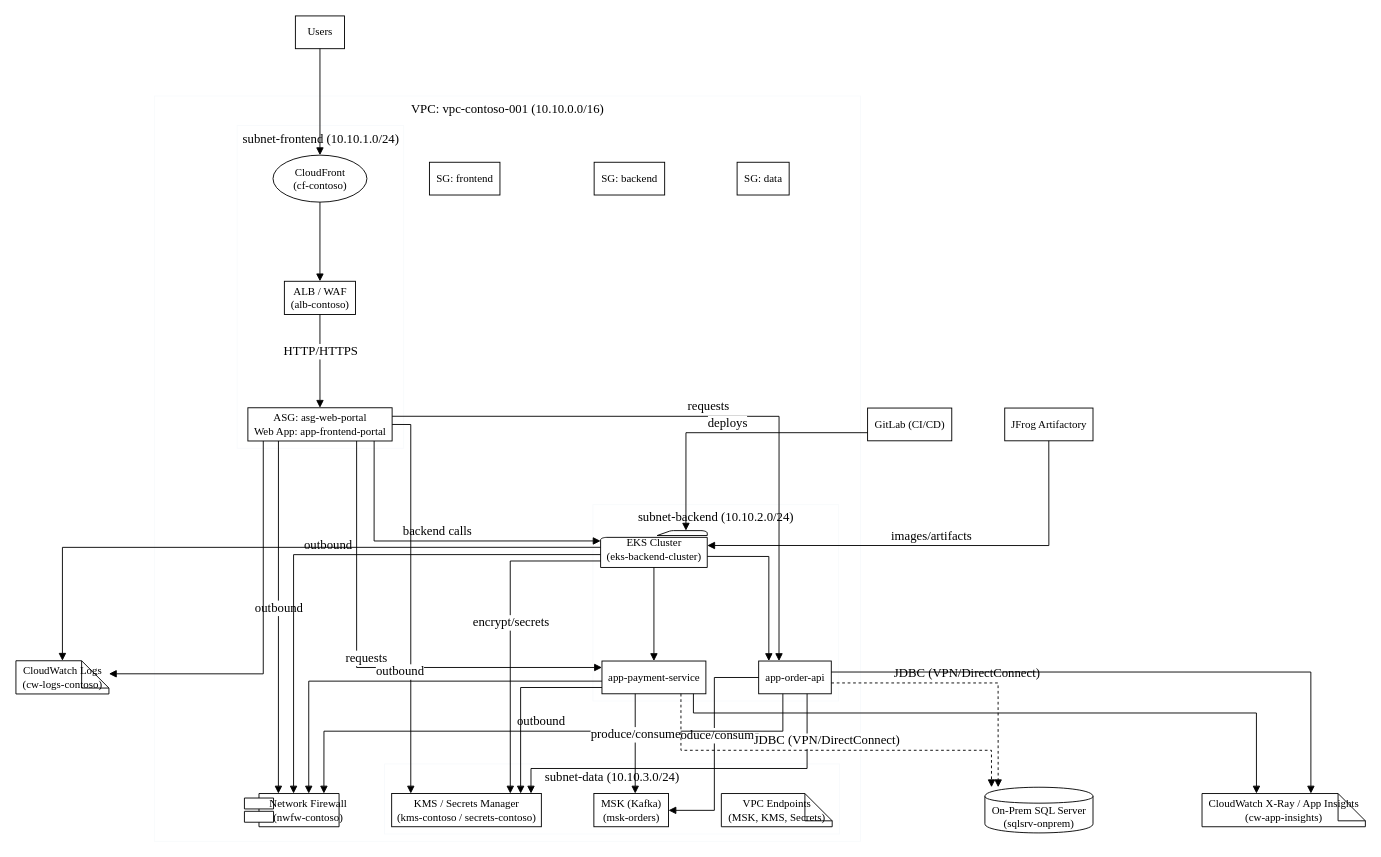
Before: Arch_Diagrams/diagrams/contoso_instructions_graphviz.drawio in SureshMohanasundaram/Architecture_Diagrams_Python_AI, a draw.io diagram. Source tidied: cells renumbered, new cells numbered last; positions are measured from the earlier drawing's top-left corner, leaving out a move shared by most shapes. Both pictures are drawn from the tidied source at 91%, with x=0, y=0 at pixel (15, 15).
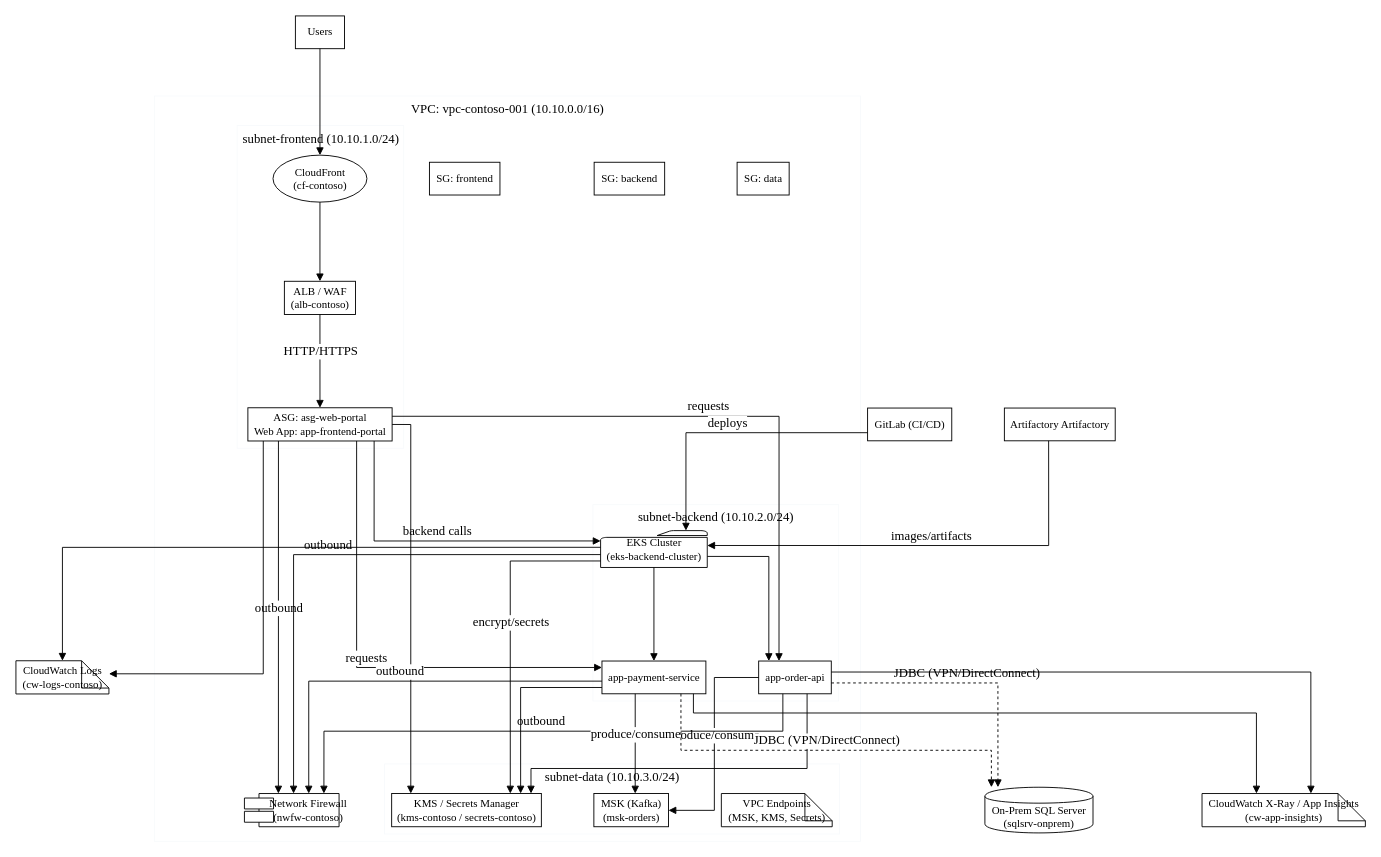
Above is the later version.

Commit message (it also covers changes not shown here):
Replace JFrog with Artifactory; remove Artifacts from S3 labels; regen affected diagrams

Unchanged cells that the change refers to:
```xml
<mxCell id="9" value="&lt;font style='font-size: 12.0px;' face='Times New Roman,serif' color='#000000'&gt;EKS Cluster&lt;br/&gt;(eks-backend-cluster)&lt;/font&gt;" style="shape=mxgraph.office.concepts.folder;outlineConnect=0;align=center;verticalLabelPosition=middle;labelPosition=center;shadow=0;dashed=0;verticalAlign=middle;html=1;rounded=0;labelBackgroundColor=none;strokeColor=black;fillColor=none;strokeWidth=1;dashed=0;" parent="1" vertex="1">
  <mxGeometry x="642.5" y="565.6" width="117.2" height="40.5" as="geometry" />
</mxCell>
<mxCell id="10" value="&lt;font style='font-size: 12.0px;' face='Times New Roman,serif' color='#000000'&gt;app-order-api&lt;/font&gt;" style="verticalAlign=middle;html=1;rounded=0;labelBackgroundColor=none;strokeColor=black;fillColor=none;strokeWidth=1;dashed=0;" parent="1" vertex="1">
  <mxGeometry x="816.2" y="708.9" width="79.8" height="36" as="geometry" />
</mxCell>
<mxCell id="11" value="&lt;font style='font-size: 12.0px;' face='Times New Roman,serif' color='#000000'&gt;app-payment-service&lt;/font&gt;" style="verticalAlign=middle;html=1;rounded=0;labelBackgroundColor=none;strokeColor=black;fillColor=none;strokeWidth=1;dashed=0;" parent="1" vertex="1">
  <mxGeometry x="644" y="708.9" width="114.2" height="36" as="geometry" />
</mxCell>
<mxCell id="16" value="&lt;font style='font-size: 12.0px;' face='Times New Roman,serif' color='#000000'&gt;On-Prem SQL Server&lt;br/&gt;(sqlsrv-onprem)&lt;/font&gt;" style="shape=cylinder;boundedLbl=1;backgroundOutline=1;verticalAlign=middle;html=1;rounded=0;labelBackgroundColor=none;strokeColor=black;fillColor=none;strokeWidth=1;dashed=0;" parent="1" vertex="1">
  <mxGeometry x="1064.8" y="847.6" width="118.8" height="50.2" as="geometry" />
</mxCell>
```

The edit, as a diff of the source:
```diff
@@
-    <mxCell id="23" value="&lt;font style='font-size: 12.0px;' face='Times New Roman,serif' color='#000000'&gt;JFrog Artifactory&lt;/font&gt;" style="verticalAlign=middle;html=1;rounded=0;labelBackgroundColor=none;strokeColor=black;fillColor=none;strokeWidth=1;dashed=0;" parent="1" vertex="1">
-      <mxGeometry x="1086.6" y="430.9" width="97" height="36" as="geometry" />
+    <mxCell id="23" value="&lt;font style='font-size: 12.0px;' face='Times New Roman,serif' color='#000000'&gt;Artifactory Artifactory&lt;/font&gt;" style="verticalAlign=middle;html=1;rounded=0;labelBackgroundColor=none;strokeColor=black;fillColor=none;strokeWidth=1;dashed=0;" parent="1" vertex="1">
+      <mxGeometry x="1086.2" y="430.9" width="121.8" height="36" as="geometry" />
     </mxCell>
@@
-    <mxCell id="50" style="html=1;endArrow=block;dashed=1;endFill=1;startArrow=none;startFill=0;fillColor=black;strokeColor=black;strokeWidth=1;rounded=0;exitX=1.0000;exitY=0.6692;entryX=0.1228;entryY=0.0000;" parent="1" edge="1" source="10" target="16">
+    <mxCell id="50" style="html=1;endArrow=block;dashed=1;endFill=1;startArrow=none;startFill=0;fillColor=black;strokeColor=black;strokeWidth=1;rounded=0;exitX=1.0000;exitY=0.6692;entryX=0.1207;entryY=0.0000;" parent="1" edge="1" source="10" target="16">
       <mxGeometry relative="1" as="geometry">
         <Array as="points">
-          <mxPoint x="1079.3" y="733" />
+          <mxPoint x="1079.1" y="733" />
         </Array>
       </mxGeometry>
     </mxCell>
@@
-    <mxCell id="58" style="html=1;endArrow=block;dashed=1;endFill=1;startArrow=none;startFill=0;fillColor=black;strokeColor=black;strokeWidth=1;rounded=0;exitX=0.7600;exitY=1.0000;entryX=0.0614;entryY=0.0000;" parent="1" edge="1" source="11" target="16">
+    <mxCell id="58" style="html=1;endArrow=block;dashed=1;endFill=1;startArrow=none;startFill=0;fillColor=black;strokeColor=black;strokeWidth=1;rounded=0;exitX=0.7600;exitY=1.0000;entryX=0.0604;entryY=0.0000;" parent="1" edge="1" source="11" target="16">
       <mxGeometry relative="1" as="geometry">
         <Array as="points">
           <mxPoint x="730.8" y="807" />
-          <mxPoint x="1072" y="807" />
+          <mxPoint x="1071.9" y="807" />
         </Array>
       </mxGeometry>
     </mxCell>
@@
-    <mxCell id="63" style="html=1;endArrow=block;dashed=0;endFill=1;startArrow=none;startFill=0;fillColor=black;strokeColor=black;strokeWidth=1;rounded=0;exitX=0.4994;exitY=1.0000;entryX=1.0000;entryY=0.4035;" parent="1" edge="1" source="23" target="9">
+    <mxCell id="63" style="html=1;endArrow=block;dashed=0;endFill=1;startArrow=none;startFill=0;fillColor=black;strokeColor=black;strokeWidth=1;rounded=0;exitX=0.3994;exitY=1.0000;entryX=1.0000;entryY=0.4035;" parent="1" edge="1" source="23" target="9">
       <mxGeometry relative="1" as="geometry">
         <Array as="points">
-          <mxPoint x="1135.1" y="582" />
+          <mxPoint x="1134.9" y="582" />
         </Array>
       </mxGeometry>
     </mxCell>
```
